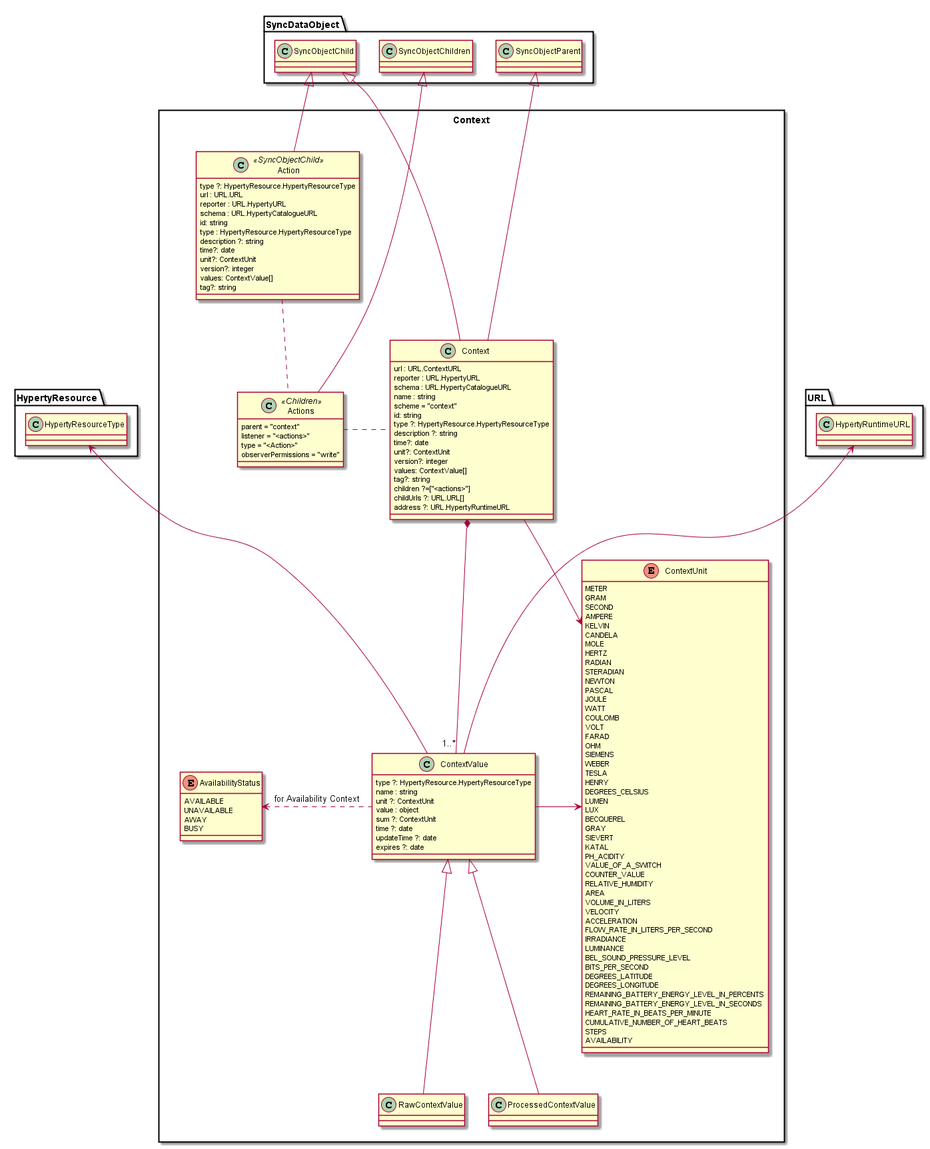
Above: docs/datamodel/data-objects/context/Context.png in reTHINK-project/dev-service-framework (PlantUML), before the change.
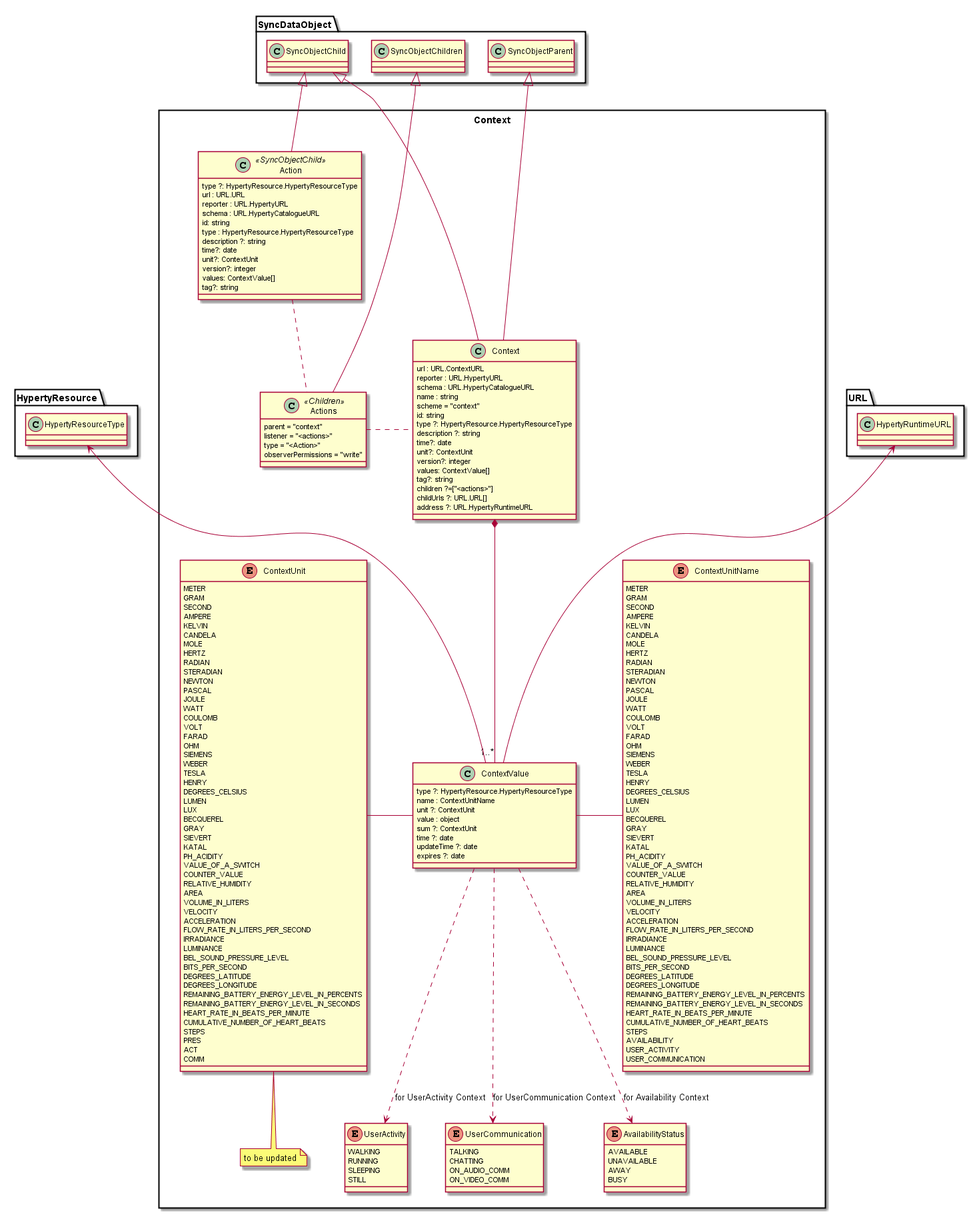
The same file after the commit.

Diff of the diagram source:
```diff
@@ -19,6 +19,61 @@
 		children ?=["<actions>"]
 		childUrls ?: URL.URL[]
 		address ?: URL.HypertyRuntimeURL
+	}
+
+	enum ContextUnitName {
+	METER
+	GRAM
+	SECOND
+	AMPERE
+	KELVIN
+	CANDELA
+	MOLE
+	HERTZ
+	RADIAN
+	STERADIAN
+	NEWTON
+	PASCAL
+	JOULE
+	WATT
+	COULOMB
+	VOLT
+	FARAD
+	OHM
+	SIEMENS
+	WEBER
+	TESLA
+	HENRY
+	DEGREES_CELSIUS
+	LUMEN
+	LUX
+	BECQUEREL
+	GRAY
+	SIEVERT
+	KATAL
+	PH_ACIDITY
+	VALUE_OF_A_SWITCH
+	COUNTER_VALUE
+	RELATIVE_HUMIDITY
+	AREA
+	VOLUME_IN_LITERS
+	VELOCITY
+	ACCELERATION
+	FLOW_RATE_IN_LITERS_PER_SECOND
+	IRRADIANCE
+	LUMINANCE
+	BEL_SOUND_PRESSURE_LEVEL
+	BITS_PER_SECOND
+	DEGREES_LATITUDE
+	DEGREES_LONGITUDE
+	REMAINING_BATTERY_ENERGY_LEVEL_IN_PERCENTS
+	REMAINING_BATTERY_ENERGY_LEVEL_IN_SECONDS
+	HEART_RATE_IN_BEATS_PER_MINUTE
+	CUMULATIVE_NUMBER_OF_HEART_BEATS
+	STEPS
+	AVAILABILITY
+	USER_ACTIVITY
+	USER_COMMUNICATION
 	}
 
 	enum ContextUnit {
@@ -71,12 +126,16 @@
 	HEART_RATE_IN_BEATS_PER_MINUTE
 	CUMULATIVE_NUMBER_OF_HEART_BEATS
 	STEPS
-	AVAILABILITY
+	PRES
+	ACT
+	COMM
 	}
+
+note bottom : to be updated
 
 	class ContextValue {
 		type ?: HypertyResource.HypertyResourceType
-		name : string
+		name : ContextUnitName
 		unit ?: ContextUnit
 		value : object
 		sum ?: ContextUnit
@@ -90,6 +149,20 @@
 	 UNAVAILABLE
 	 AWAY
 	 BUSY
+	}
+
+	enum UserActivity {
+	 WALKING
+	 RUNNING
+	 SLEEPING
+	 STILL
+	}
+
+	enum UserCommunication {
+	 TALKING
+	 CHATTING
+	 ON_AUDIO_COMM
+	 ON_VIDEO_COMM
 	}
 
 	class Actions <<Children>> {
@@ -114,11 +187,7 @@
 		tag?: string
 	}
 
-	class RawContextValue {
-	}
 
-	class ProcessedContextValue {
-	}
 
 	Context *-- "1..*" ContextValue
 
@@ -129,14 +198,16 @@
 	Context .left. Actions
 	Action .. Actions
 	ContextValue -up-> HypertyResource.HypertyResourceType
-	Context --> ContextUnit
-	ContextValue -right-> ContextUnit
 	ContextValue -up-> URL.HypertyRuntimeURL
 
-	ContextValue .left.> AvailabilityStatus : for Availability Context
 
-	RawContextValue -up-|> ContextValue
-	ProcessedContextValue -up-|> ContextValue
+	ContextValue .down.> AvailabilityStatus : for Availability Context
+	ContextValue .down.> UserActivity : for UserActivity Context
+	ContextValue .down.> UserCommunication : for UserCommunication Context
+
+	ContextValue -right- ContextUnitName
+	ContextValue -left- ContextUnit
+
 }
 
 @enduml
```
